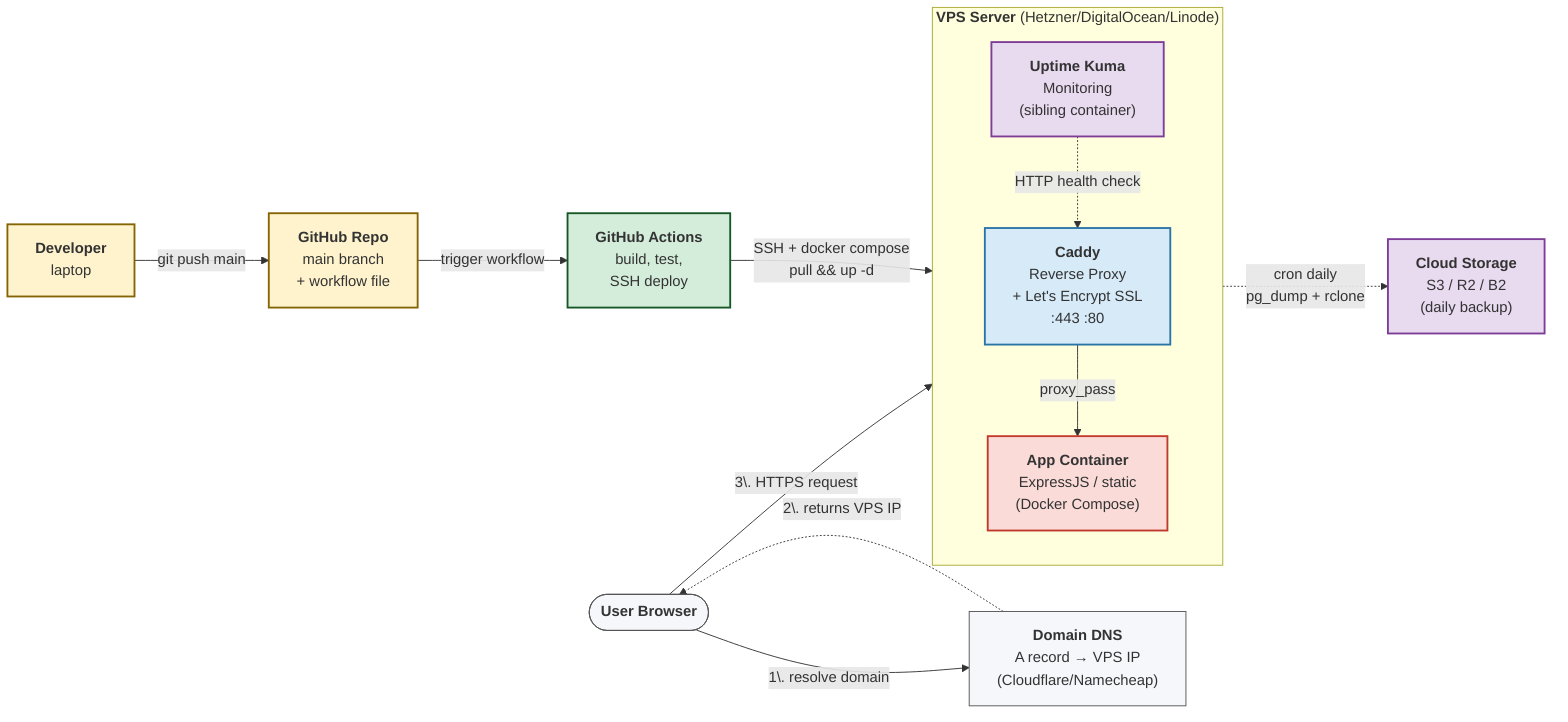
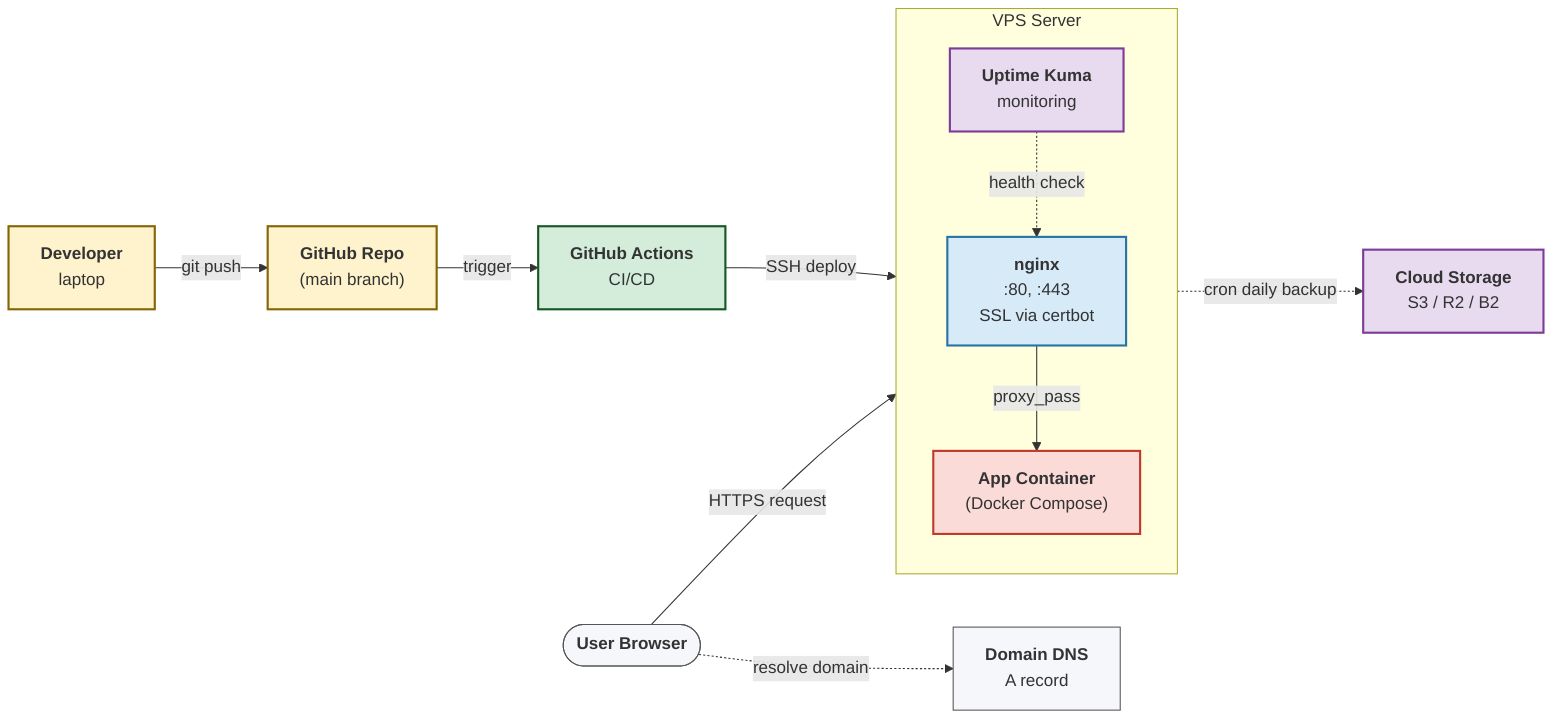
- graph LR
+ flowchart LR
    DEV["<b>Developer</b><br/>laptop"]
-     GH["<b>GitHub Repo</b><br/>main branch<br/>+ workflow file"]
-     GHA["<b>GitHub Actions</b><br/>build, test,<br/>SSH deploy"]
+     GH["<b>GitHub Repo</b><br/>(main branch)"]
+     GHA["<b>GitHub Actions</b><br/>CI/CD"]

-     USER(["<b>User Browser</b>"])
-     DNS["<b>Domain DNS</b><br/>A record → VPS IP<br/>(Cloudflare/Namecheap)"]
+     DEV -->|git push| GH
+     GH -->|trigger| GHA

-     subgraph VPS["<b>VPS Server</b> (Hetzner/DigitalOcean/Linode)"]
+     subgraph VPS["VPS Server"]
        direction TB
-         CADDY["<b>Caddy</b><br/>Reverse Proxy<br/>+ Let's Encrypt SSL<br/>:443 :80"]
-         APP["<b>App Container</b><br/>ExpressJS / static<br/>(Docker Compose)"]
-         UKUMA["<b>Uptime Kuma</b><br/>Monitoring<br/>(sibling container)"]
-         CADDY -->|proxy_pass| APP
+         NGINX["<b>nginx</b><br/>:80, :443<br/>SSL via certbot"]
+         APP["<b>App Container</b><br/>(Docker Compose)"]
+         UKUMA["<b>Uptime Kuma</b><br/>monitoring"]
+         NGINX -->|proxy_pass| APP
+         UKUMA -.->|health check| NGINX
    end

-     CLOUD["<b>Cloud Storage</b><br/>S3 / R2 / B2<br/>(daily backup)"]
+     GHA -->|SSH deploy| VPS

-     DEV -->|git push main| GH
-     GH -->|trigger workflow| GHA
-     GHA -->|SSH + docker compose<br/>pull && up -d| VPS
+     DNS["<b>Domain DNS</b><br/>A record"]
+     USER(["<b>User Browser</b>"])
+     CLOUD["<b>Cloud Storage</b><br/>S3 / R2 / B2"]

-     USER -->|1\. resolve domain| DNS
-     DNS -.->|2\. returns VPS IP| USER
-     USER -->|3\. HTTPS request| CADDY
- 
-     UKUMA -.->|HTTP health check| CADDY
-     APP -.->|cron daily<br/>pg_dump + rclone| CLOUD
+     USER -->|HTTPS request| NGINX
+     USER -.->|resolve domain| DNS
+     APP -.->|cron daily backup| CLOUD

    classDef src fill:#FFF3CD,stroke:#856404,stroke-width:2px;
    classDef ci fill:#D4EDDA,stroke:#155724,stroke-width:2px;
    classDef edge fill:#D6EAF8,stroke:#2874A6,stroke-width:2px;
    classDef app fill:#FADBD8,stroke:#C0392B,stroke-width:2px;
    classDef ops fill:#E8DAEF,stroke:#7D3C98,stroke-width:2px;
    classDef external fill:#F5F7FA,stroke:#555555,stroke-width:1px;

    class DEV,GH src;
    class GHA ci;
-     class CADDY edge;
+     class NGINX edge;
    class APP app;
    class UKUMA,CLOUD ops;
    class DNS,USER external;
